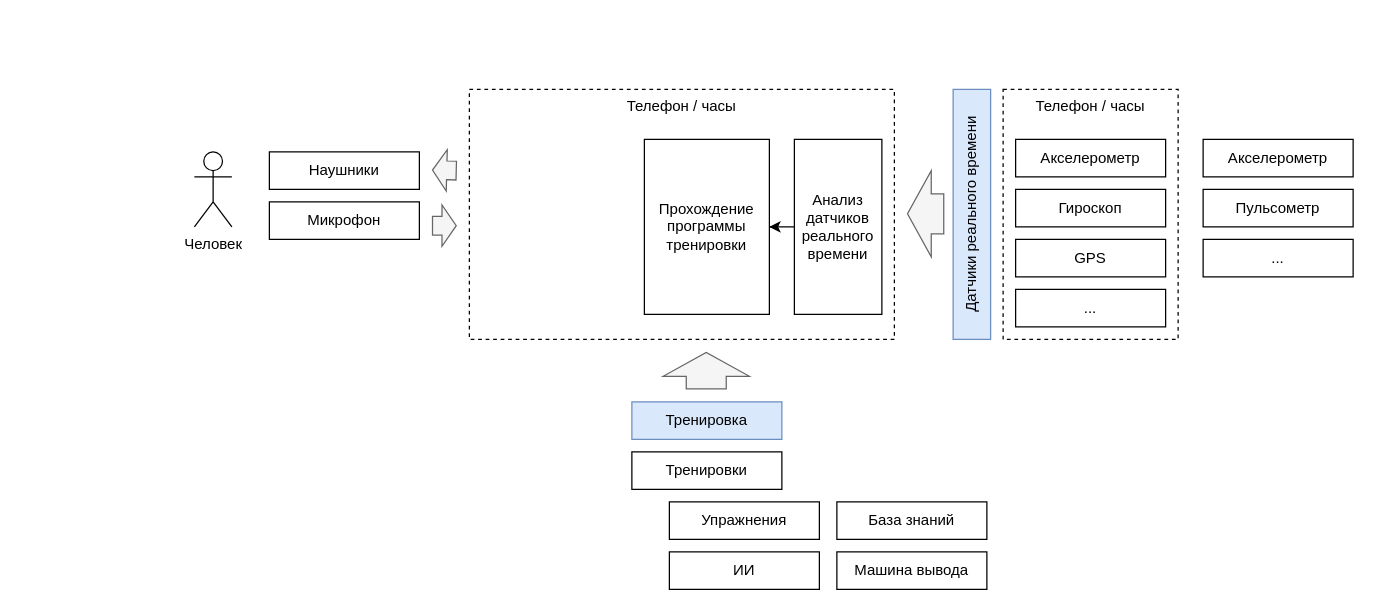
Above: architecture.drawio in Buterbrod/activity (draw.io), before the change. Source tidied: cells renumbered, new cells numbered last; positions are measured from the earlier drawing's top-left corner, leaving out a move shared by most shapes. Both pictures are drawn from the tidied source at 125%, with x=0, y=0 at pixel (194, 89).
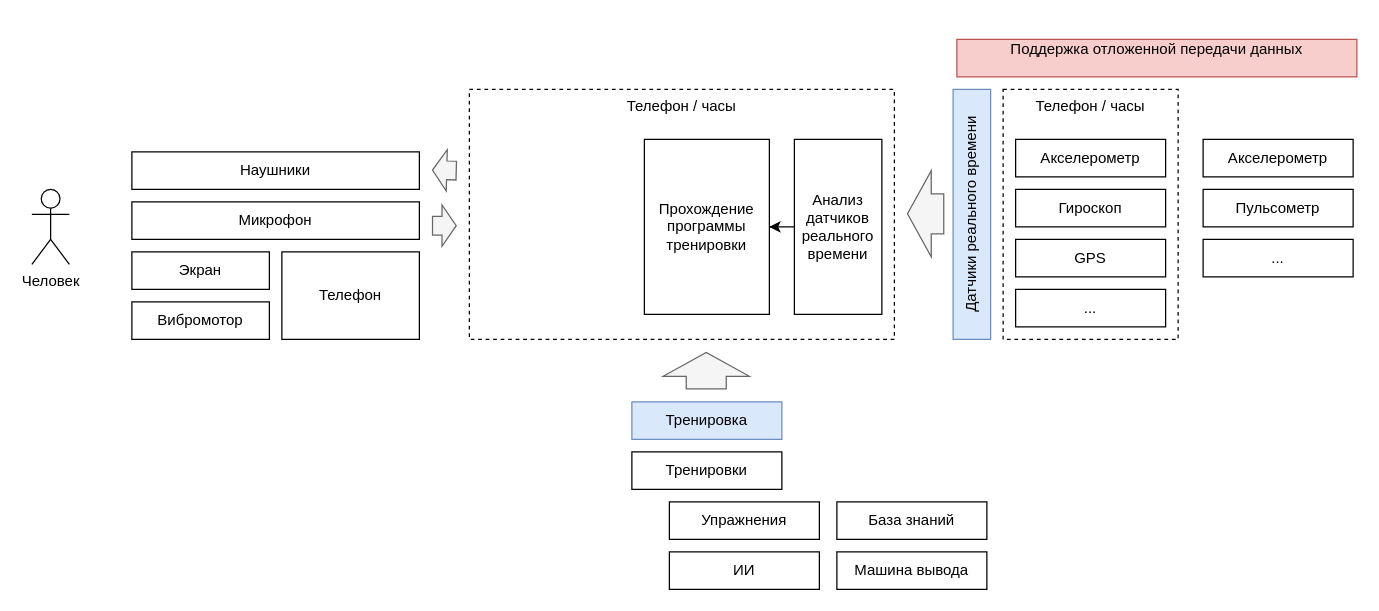
The same page after the edit.

What changed in the source:
```diff
@@
     <mxCell id="20" value="Наушники" style="rounded=0;whiteSpace=wrap;html=1;" parent="1" vertex="1">
-      <mxGeometry x="60" y="50" width="120" height="30" as="geometry" />
+      <mxGeometry x="-50" y="50" width="230" height="30" as="geometry" />
     </mxCell>
     <mxCell id="21" value="Микрофон" style="rounded=0;whiteSpace=wrap;html=1;" parent="1" vertex="1">
-      <mxGeometry x="60" y="90" width="120" height="30" as="geometry" />
+      <mxGeometry x="-50" y="90" width="230" height="30" as="geometry" />
     </mxCell>
     <mxCell id="22" value="Человек" style="shape=umlActor;verticalLabelPosition=bottom;verticalAlign=top;html=1;" parent="1" vertex="1">
-      <mxGeometry y="50" width="30" height="60" as="geometry" />
+      <mxGeometry x="-130" y="80" width="30" height="60" as="geometry" />
     </mxCell>
@@
+    <mxCell id="28" value="Телефон" style="rounded=0;whiteSpace=wrap;html=1;" parent="1" vertex="1">
+      <mxGeometry x="70" y="130" width="110" height="70" as="geometry" />
+    </mxCell>
+    <mxCell id="29" value="Вибромотор" style="rounded=0;whiteSpace=wrap;html=1;" parent="1" vertex="1">
+      <mxGeometry x="-50" y="170" width="110" height="30" as="geometry" />
+    </mxCell>
+    <mxCell id="30" value="Экран" style="rounded=0;whiteSpace=wrap;html=1;" parent="1" vertex="1">
+      <mxGeometry x="-50" y="130" width="110" height="30" as="geometry" />
+    </mxCell>
+    <mxCell id="31" value="&#10;Поддержка отложенной передачи данных&#10;&#10;" style="rounded=0;whiteSpace=wrap;html=1;strokeColor=#b85450;fillColor=#f8cecc;" parent="1" vertex="1">
+      <mxGeometry x="610" y="-40" width="320" height="30" as="geometry" />
+    </mxCell>
```
